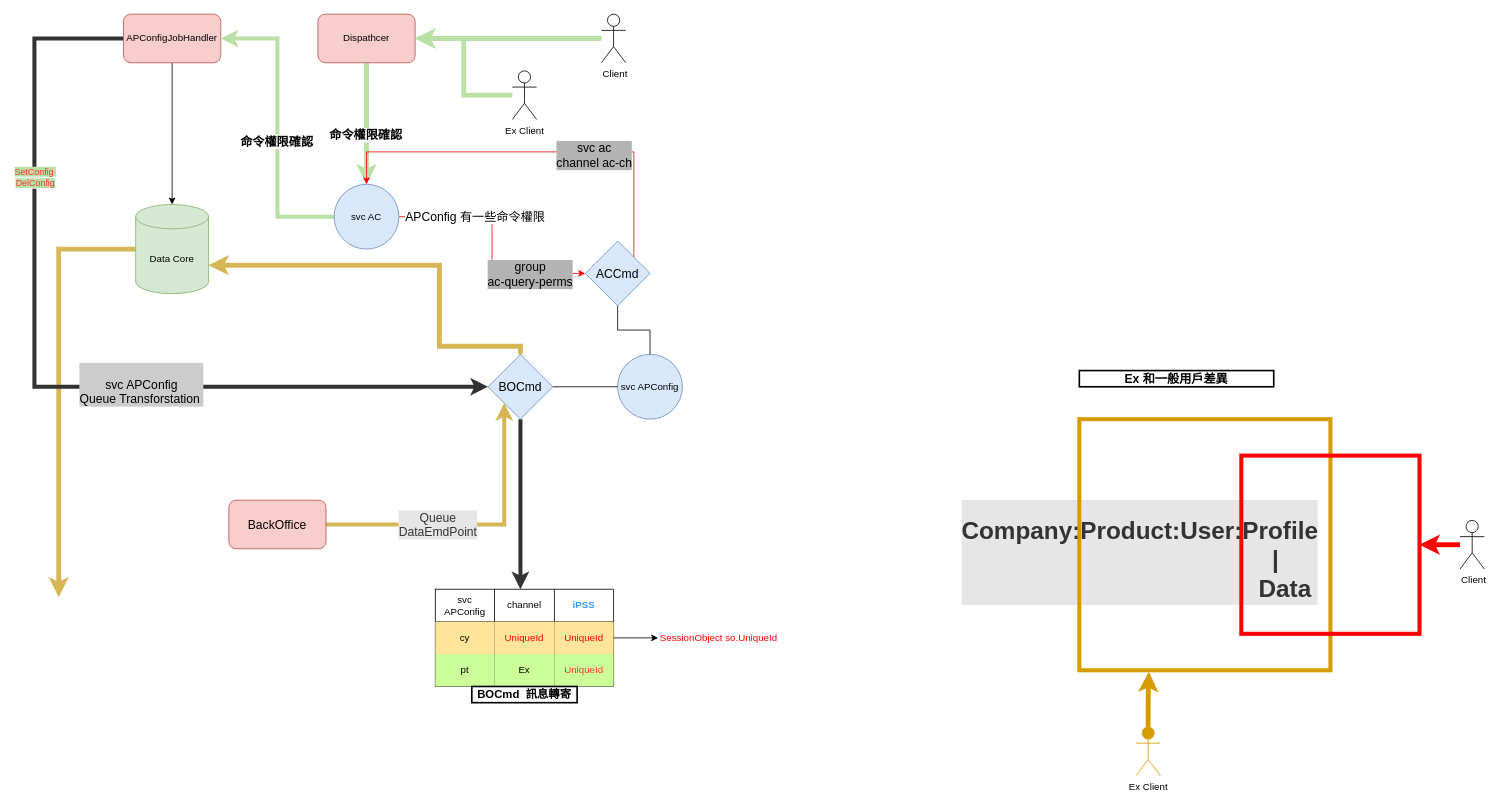
scheepy/ApConfig_Note keeps this draw.io diagram as APConfig + APConfigJobHandler.drawio. Above is the earlier version. Source tidied: cells renumbered, new cells numbered last; positions are measured from the earlier drawing's top-left corner, leaving out a move shared by most shapes. Both pictures are drawn from the tidied source at 81%, with x=0, y=0 at pixel (34, 14).
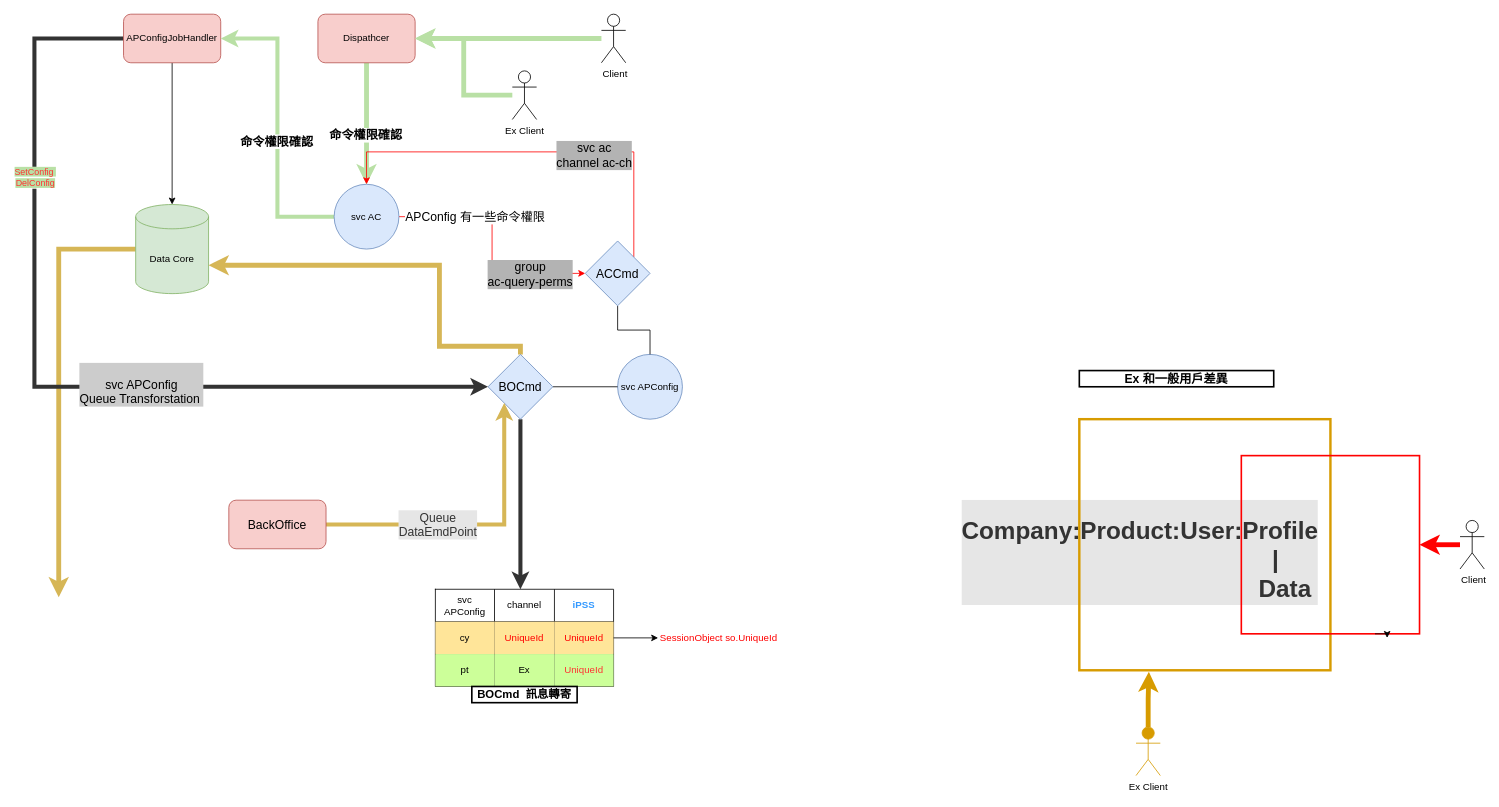
After the change.

Commit message:
APConfig 流程圖

What changed in the source:
```diff
@@
-    <mxCell id="39" style="whiteSpace=wrap;html=1;labelBackgroundColor=#E6E6E6;fontSize=15;strokeWidth=5;fillColor=none;strokeColor=#D79B00;" parent="1" vertex="1">
+    <mxCell id="39" style="whiteSpace=wrap;html=1;labelBackgroundColor=#E6E6E6;fontSize=15;strokeWidth=3;fillColor=none;strokeColor=#D79B00;" parent="1" vertex="1">
       <mxGeometry x="1290" y="500" width="310" height="310" as="geometry" />
     </mxCell>
-    <mxCell id="40" style="whiteSpace=wrap;html=1;labelBackgroundColor=#E6E6E6;strokeWidth=5;fontSize=15;fontColor=#333333;strokeColor=#FF0000;fillColor=none;" parent="1" vertex="1">
+    <mxCell id="40" style="whiteSpace=wrap;html=1;labelBackgroundColor=#E6E6E6;strokeWidth=2;fontSize=15;fontColor=#333333;strokeColor=#FF0000;fillColor=none;" parent="1" vertex="1">
       <mxGeometry x="1490" y="545" width="220" height="220" as="geometry" />
     </mxCell>
@@
+    <mxCell id="59" style="edgeStyle=orthogonalEdgeStyle;rounded=0;orthogonalLoop=1;jettySize=auto;html=1;exitX=0.75;exitY=1;exitDx=0;exitDy=0;entryX=0.818;entryY=1.023;entryDx=0;entryDy=0;entryPerimeter=0;endArrow=classic;endFill=1;" parent="1" edge="1" source="40" target="40">
+      <mxGeometry relative="1" as="geometry" />
+    </mxCell>
```
